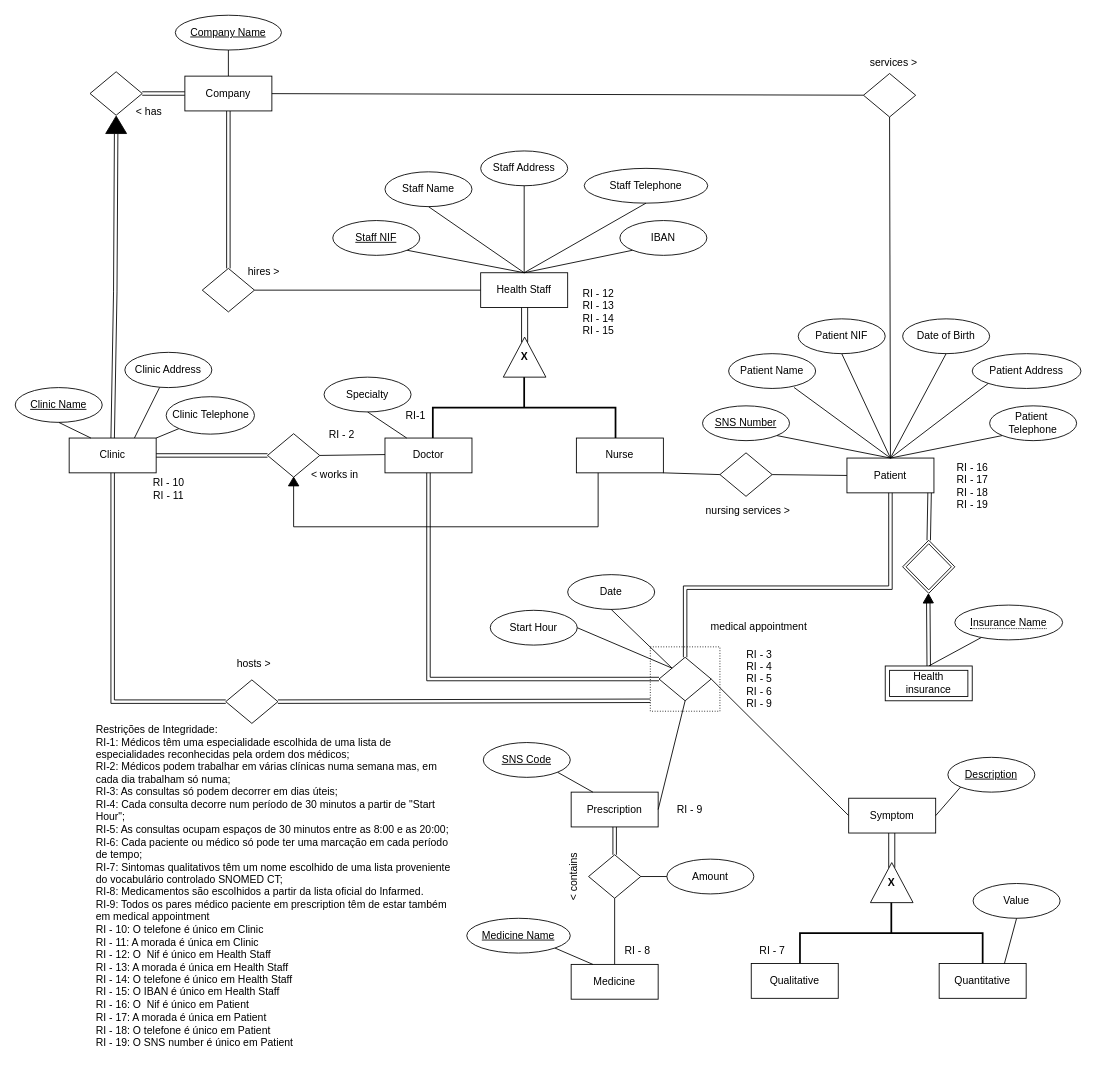
This is Proj.drawio from mariana-marcal-santana/BD.Health-DB-Manager, a draw.io file, before an edit. Source tidied: cells renumbered, new cells numbered last; positions are measured from the earlier drawing's top-left corner, leaving out a move shared by most shapes. Both pictures are drawn from the tidied source at 87%, with x=0, y=0 at pixel (15, 15).
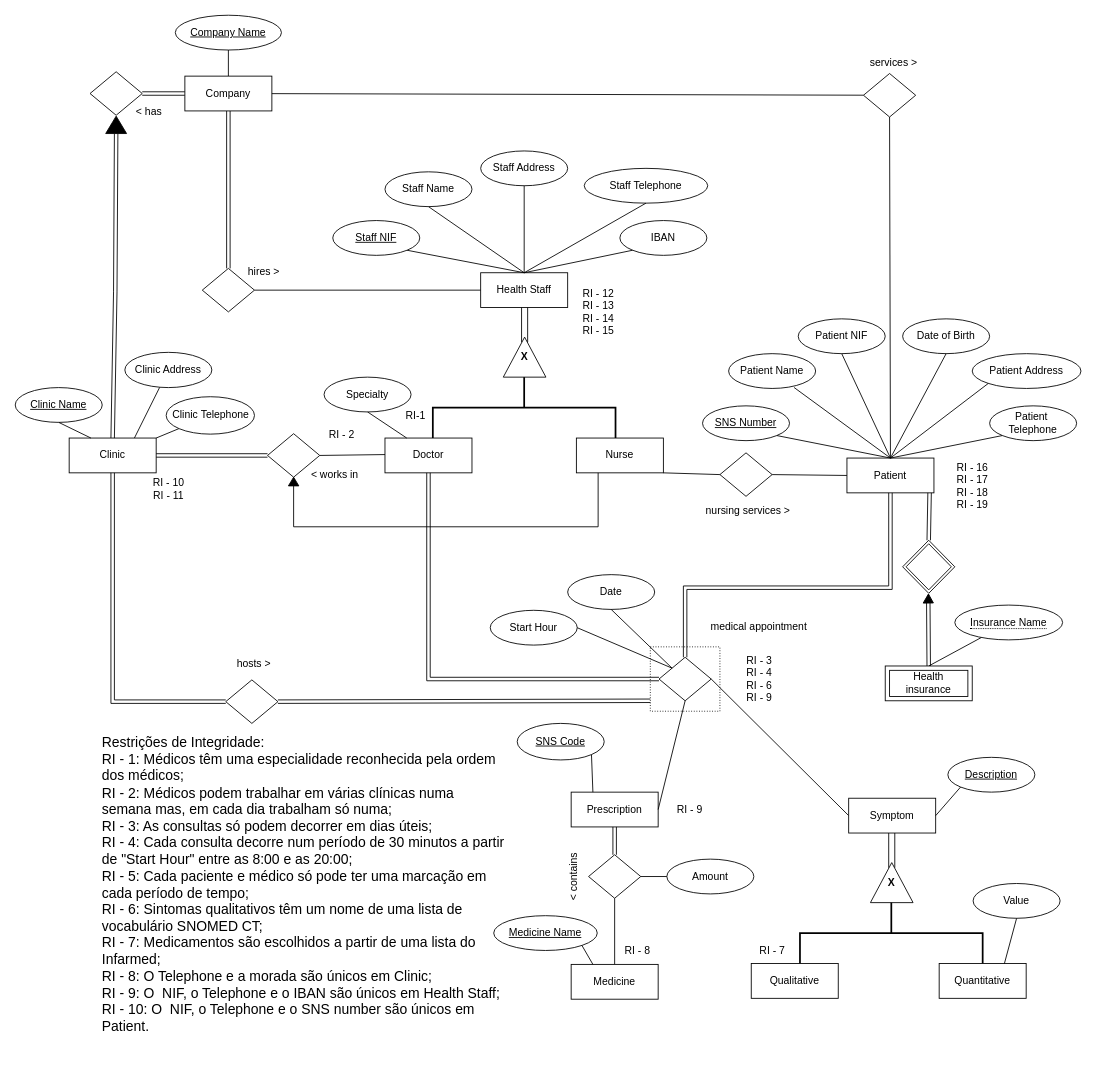
The same diagram, later.

Commit message:
novas restriçoes

What changed in the source:
```diff
@@
     <mxCell id="76" value="SNS Code" style="ellipse;whiteSpace=wrap;html=1;align=center;fontStyle=4;" parent="1" vertex="1">
-      <mxGeometry x="538" y="836" width="100" height="40" as="geometry" />
+      <mxGeometry x="577" y="814" width="100" height="42" as="geometry" />
     </mxCell>
@@
-    <mxCell id="102" value="&lt;div style=&quot;text-align: left;&quot;&gt;&lt;br&gt;&lt;/div&gt;&lt;div style=&quot;text-align: left;&quot;&gt;&lt;span style=&quot;background-color: initial;&quot;&gt;Restrições de Integridade:&lt;/span&gt;&lt;/div&gt;&lt;div&gt;&lt;div style=&quot;text-align: left;&quot;&gt;&lt;span style=&quot;background-color: initial;&quot;&gt;RI-1: Médicos têm uma especialidade escolhida de uma lista de especialidades&amp;nbsp;&lt;/span&gt;&lt;span style=&quot;background-color: initial;&quot;&gt;reconhecidas pela ordem dos médicos;&lt;/span&gt;&lt;/div&gt;&lt;div style=&quot;text-align: left;&quot;&gt;&lt;span style=&quot;background-color: initial;&quot;&gt;RI-2: Médicos podem trabalhar em várias clínicas numa semana mas, em cada dia trabalham só numa;&lt;/span&gt;&lt;/div&gt;&lt;div style=&quot;text-align: left;&quot;&gt;&lt;span style=&quot;background-color: initial;&quot;&gt;RI-3: As consultas só podem decorrer em dias úteis;&lt;/span&gt;&lt;/div&gt;&lt;div&gt;&lt;div style=&quot;text-align: left;&quot;&gt;RI-4: Cada consulta decorre num período de 30 minutos a partir de &quot;Start Hour&quot;;&lt;/div&gt;&lt;div style=&quot;text-align: left;&quot;&gt;RI-5: As consultas ocupam espaços de 30 minutos entre as 8:00 e as 20:00;&lt;/div&gt;&lt;div style=&quot;text-align: left;&quot;&gt;RI-6: Cada paciente ou médico só pode ter uma marcação em cada período de tempo;&lt;/div&gt;&lt;div style=&quot;text-align: left;&quot;&gt;RI-7:&amp;nbsp;&lt;span style=&quot;background-color: initial;&quot;&gt;Sintomas&amp;nbsp;qualitativos têm um nome&amp;nbsp;&lt;/span&gt;&lt;span style=&quot;background-color: initial;&quot;&gt;escolhido de uma lista proveniente do vocabulário controlado SNOMED CT;&lt;/span&gt;&lt;/div&gt;&lt;/div&gt;&lt;/div&gt;&lt;div style=&quot;text-align: left;&quot;&gt;&lt;span style=&quot;background-color: initial;&quot;&gt;RI-8: M&lt;/span&gt;&lt;span style=&quot;background-color: initial; text-align: center;&quot;&gt;edicamentos são escolhidos a partir da lista oficial do Infarmed.&lt;/span&gt;&lt;/div&gt;&lt;div style=&quot;text-align: left;&quot;&gt;&lt;span style=&quot;background-color: initial; text-align: center;&quot;&gt;RI-9: Todos os pares médico paciente em prescription têm de estar também em medical appointment&lt;br&gt;&lt;/span&gt;&lt;/div&gt;&lt;div style=&quot;text-align: left;&quot;&gt;&lt;span style=&quot;background-color: initial;&quot;&gt;RI - 10: O telefone é único em Clinic&lt;br&gt;&lt;/span&gt;&lt;/div&gt;&lt;div style=&quot;text-align: left;&quot;&gt;&lt;span style=&quot;background-color: initial;&quot;&gt;RI - 11: A morada é única em Clinic&lt;br&gt;&lt;/span&gt;&lt;/div&gt;&lt;div style=&quot;text-align: left;&quot;&gt;&lt;span style=&quot;background-color: initial;&quot;&gt;RI - 12: O&amp;nbsp; Nif é único em Health Staff&lt;/span&gt;&lt;/div&gt;&lt;div style=&quot;text-align: left;&quot;&gt;&lt;span style=&quot;background-color: initial;&quot;&gt;RI - 13: A morada é única em Health Staff&lt;/span&gt;&lt;/div&gt;&lt;div style=&quot;text-align: left;&quot;&gt;&lt;span style=&quot;background-color: initial;&quot;&gt;RI - 14: O telefone é único em Health Staff&lt;/span&gt;&lt;/div&gt;&lt;div style=&quot;text-align: left;&quot;&gt;&lt;span style=&quot;background-color: initial;&quot;&gt;RI - 15: O IBAN é único em Health Staff&lt;br&gt;&lt;/span&gt;&lt;/div&gt;&lt;div style=&quot;text-align: left;&quot;&gt;&lt;div style=&quot;text-align: left;&quot;&gt;&lt;span style=&quot;background-color: initial;&quot;&gt;RI - 16: O&amp;nbsp; Nif é único em Patient&lt;br&gt;&lt;/span&gt;&lt;/div&gt;&lt;div style=&quot;text-align: left;&quot;&gt;&lt;span style=&quot;background-color: initial;&quot;&gt;RI - 17: A morada é única em Patient&lt;br&gt;&lt;/span&gt;&lt;/div&gt;&lt;div style=&quot;text-align: left;&quot;&gt;&lt;span style=&quot;background-color: initial;&quot;&gt;RI - 18: O telefone é único em Patient&lt;br&gt;&lt;/span&gt;&lt;/div&gt;&lt;span style=&quot;background-color: initial;&quot;&gt;RI - 19: O SNS number é único em Patient&lt;br&gt;&lt;/span&gt;&lt;/div&gt;&lt;div style=&quot;text-align: left;&quot;&gt;&lt;span style=&quot;background-color: initial;&quot;&gt;&lt;br&gt;&lt;/span&gt;&lt;/div&gt;&lt;div style=&quot;text-align: left;&quot;&gt;&lt;span style=&quot;background-color: initial;&quot;&gt;&lt;br&gt;&lt;/span&gt;&lt;/div&gt;" style="text;strokeColor=none;align=center;fillColor=none;html=1;verticalAlign=middle;whiteSpace=wrap;rounded=0;" parent="1" vertex="1">
-      <mxGeometry x="92" y="835" width="418" height="345" as="geometry" />
+    <mxCell id="102" value="&lt;div style=&quot;text-align: left; font-size: 16px;&quot;&gt;&lt;font style=&quot;font-size: 16px;&quot;&gt;&lt;br&gt;&lt;/font&gt;&lt;/div&gt;&lt;div style=&quot;text-align: left; font-size: 16px;&quot;&gt;&lt;span style=&quot;background-color: initial;&quot;&gt;&lt;font style=&quot;font-size: 16px;&quot;&gt;Restrições de Integridade:&lt;/font&gt;&lt;/span&gt;&lt;/div&gt;&lt;div style=&quot;font-size: 16px;&quot;&gt;&lt;div style=&quot;text-align: left;&quot;&gt;&lt;font style=&quot;font-size: 16px;&quot;&gt;&lt;span style=&quot;background-color: initial;&quot;&gt;RI - 1: Médicos têm uma especialidade&amp;nbsp;&lt;/span&gt;&lt;span style=&quot;background-color: initial;&quot;&gt;reconhecida pela ordem dos médicos;&lt;/span&gt;&lt;/font&gt;&lt;/div&gt;&lt;div style=&quot;text-align: left;&quot;&gt;&lt;span style=&quot;background-color: initial;&quot;&gt;&lt;font style=&quot;font-size: 16px;&quot;&gt;RI - 2: Médicos podem trabalhar em várias clínicas numa semana mas, em cada dia trabalham só numa;&lt;/font&gt;&lt;/span&gt;&lt;/div&gt;&lt;div style=&quot;text-align: left;&quot;&gt;&lt;span style=&quot;background-color: initial;&quot;&gt;&lt;font style=&quot;font-size: 16px;&quot;&gt;RI - 3: As consultas só podem decorrer em dias úteis;&lt;/font&gt;&lt;/span&gt;&lt;/div&gt;&lt;div&gt;&lt;div style=&quot;text-align: left;&quot;&gt;&lt;font style=&quot;font-size: 16px;&quot;&gt;RI - 4: Cada consulta decorre num período de 30 minutos a partir de &quot;Start Hour&quot;&amp;nbsp;&lt;span style=&quot;background-color: initial;&quot;&gt;entre as 8:00 e as 20:00;&lt;/span&gt;&lt;/font&gt;&lt;/div&gt;&lt;div style=&quot;text-align: left;&quot;&gt;&lt;font style=&quot;font-size: 16px;&quot;&gt;RI - 5: Cada paciente e médico só pode ter uma marcação em cada período de tempo;&lt;/font&gt;&lt;/div&gt;&lt;div style=&quot;text-align: left;&quot;&gt;&lt;font style=&quot;font-size: 16px;&quot;&gt;RI - 6:&amp;nbsp;&lt;span style=&quot;background-color: initial;&quot;&gt;Sintomas&amp;nbsp;qualitativos têm um nome de&amp;nbsp;&lt;/span&gt;&lt;span style=&quot;background-color: initial;&quot;&gt;uma lista de vocabulário SNOMED CT;&lt;/span&gt;&lt;/font&gt;&lt;/div&gt;&lt;/div&gt;&lt;/div&gt;&lt;div style=&quot;text-align: left; font-size: 16px;&quot;&gt;&lt;font style=&quot;font-size: 16px;&quot;&gt;&lt;span style=&quot;background-color: initial;&quot;&gt;RI - 7: M&lt;/span&gt;&lt;span style=&quot;background-color: initial; text-align: center;&quot;&gt;edicamentos são escolhidos a partir de uma lista do Infarmed;&lt;/span&gt;&lt;/font&gt;&lt;/div&gt;&lt;div style=&quot;text-align: left; font-size: 16px;&quot;&gt;&lt;span style=&quot;background-color: initial;&quot;&gt;&lt;font style=&quot;font-size: 16px;&quot;&gt;RI - 8: O Telephone e a morada são únicos em Clinic;&lt;/font&gt;&lt;/span&gt;&lt;/div&gt;&lt;div style=&quot;text-align: left; font-size: 16px;&quot;&gt;&lt;span style=&quot;background-color: initial;&quot;&gt;&lt;font style=&quot;font-size: 16px;&quot;&gt;RI - 9: O&amp;nbsp; NIF, o Telephone e o IBAN são únicos em Health Staff;&lt;/font&gt;&lt;/span&gt;&lt;/div&gt;&lt;div style=&quot;text-align: left; font-size: 16px;&quot;&gt;&lt;div style=&quot;text-align: left;&quot;&gt;&lt;span style=&quot;background-color: initial;&quot;&gt;&lt;font style=&quot;font-size: 16px;&quot;&gt;RI - 10: O&amp;nbsp; NIF, o Telephone e o SNS number são únicos em Patient.&lt;/font&gt;&lt;/span&gt;&lt;/div&gt;&lt;/div&gt;&lt;div style=&quot;text-align: left;&quot;&gt;&lt;span style=&quot;background-color: initial;&quot;&gt;&lt;br&gt;&lt;/span&gt;&lt;/div&gt;&lt;div style=&quot;text-align: left;&quot;&gt;&lt;span style=&quot;background-color: initial;&quot;&gt;&lt;br&gt;&lt;/span&gt;&lt;/div&gt;" style="text;strokeColor=none;align=center;fillColor=none;html=1;verticalAlign=middle;whiteSpace=wrap;rounded=0;" parent="1" vertex="1">
+      <mxGeometry x="99" y="831" width="466" height="345" as="geometry" />
     </mxCell>
     <mxCell id="103" value="Medicine Name" style="ellipse;whiteSpace=wrap;html=1;align=center;fontStyle=4;" parent="1" vertex="1">
-      <mxGeometry x="519" y="1038" width="119" height="40" as="geometry" />
+      <mxGeometry x="550" y="1035" width="119" height="40" as="geometry" />
     </mxCell>
@@
-    <mxCell id="126" value="&lt;div&gt;RI - 3&lt;/div&gt;&lt;div&gt;RI - 4&lt;/div&gt;&lt;div&gt;RI - 5&lt;/div&gt;&lt;div&gt;RI - 6&lt;/div&gt;&lt;div&gt;RI - 9&lt;br&gt;&lt;/div&gt;" style="text;html=1;align=center;verticalAlign=middle;strokeColor=none;fillColor=none;" parent="1" vertex="1">
-      <mxGeometry x="830" y="718" width="50" height="90" as="geometry" />
+    <mxCell id="126" value="&lt;div&gt;RI - 3&lt;/div&gt;&lt;div&gt;RI - 4&lt;/div&gt;&lt;div&gt;RI - 6&lt;/div&gt;&lt;div&gt;RI - 9&lt;br&gt;&lt;/div&gt;" style="text;html=1;align=center;verticalAlign=middle;strokeColor=none;fillColor=none;" parent="1" vertex="1">
+      <mxGeometry x="830" y="728" width="50" height="70" as="geometry" />
     </mxCell>
```
